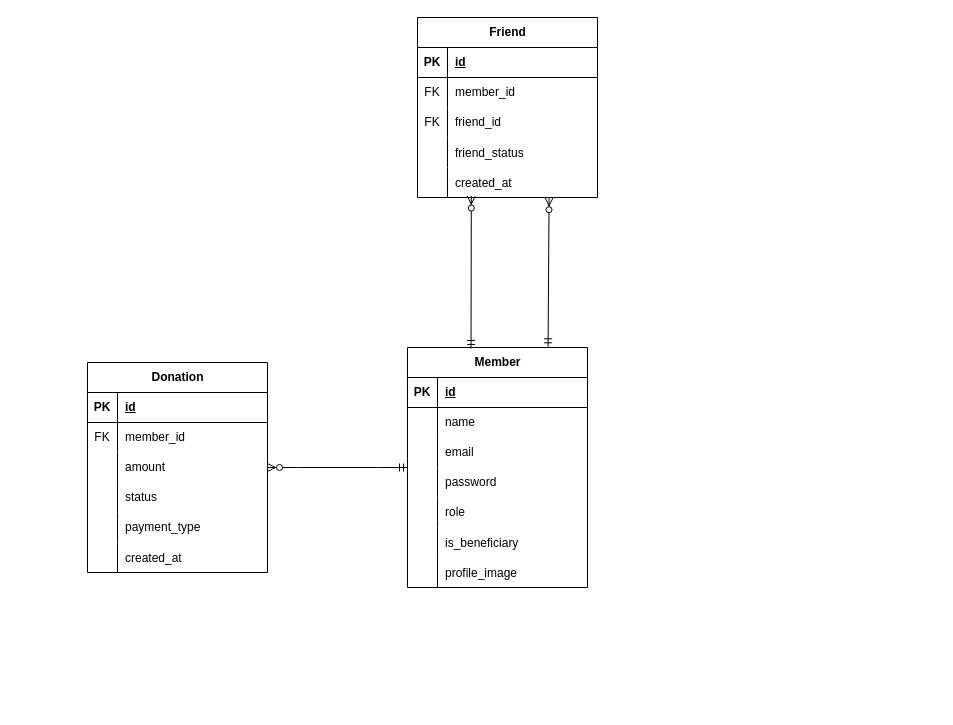
Above: ChaeumERD.drawio in 2025-Advanced-Capstone-Chaeum/ERD (draw.io), before the change. Source tidied: cells renumbered, new cells numbered last; positions are measured from the earlier drawing's top-left corner, leaving out a move shared by most shapes. Both pictures are drawn from the tidied source at 100%, with x=0, y=0 at pixel (87, 17).
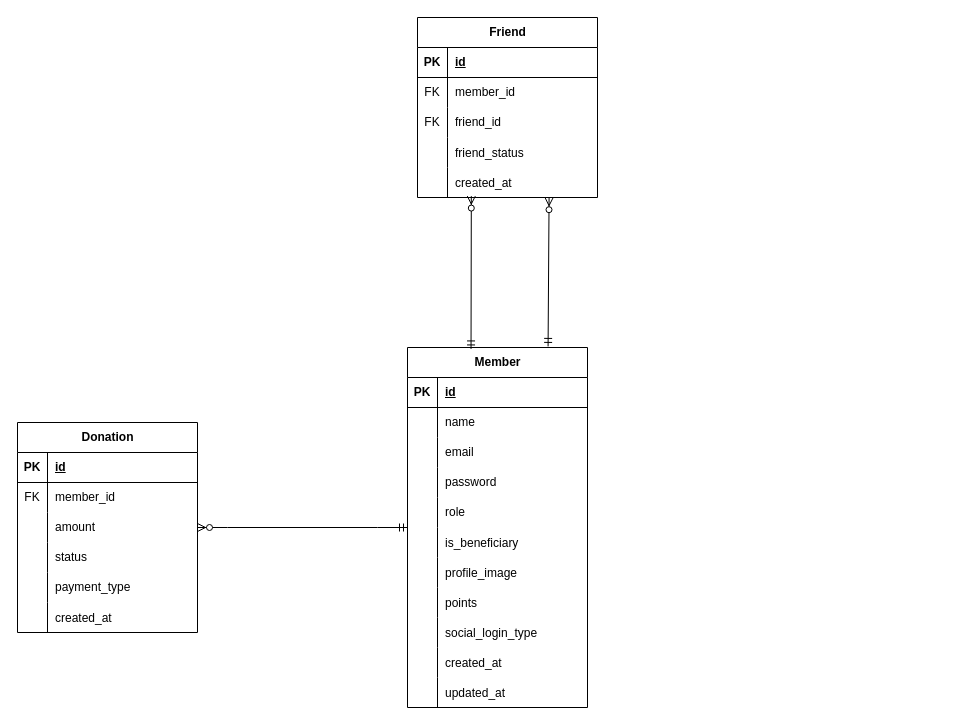
Above is the later version.

Commit message:
docs(ERD): Member 테이블 속성 추가

Change to the diagram source:
```diff
@@
     <mxCell id="2" value="Member" style="shape=table;startSize=30;childLayout=tableLayout;rowLines=0;fontStyle=1;align=center;html=1;" parent="1" vertex="1">
-      <mxGeometry x="320" y="330" width="180" height="240" as="geometry" />
+      <mxGeometry x="320" y="330" width="180" height="360" as="geometry" />
     </mxCell>
@@
+    <mxCell id="63" style="shape=tableRow;horizontal=0;startSize=0;swimlaneHead=0;swimlaneBody=0;fillColor=none;top=0;left=0;right=0;bottom=0;" parent="2" vertex="1">
+      <mxGeometry y="240" width="180" height="30" as="geometry" />
+    </mxCell>
+    <mxCell id="64" style="shape=partialRectangle;fillColor=none;top=0;left=0;bottom=0;right=0;overflow=hidden;" parent="63" vertex="1">
+      <mxGeometry width="30" height="30" as="geometry" />
+    </mxCell>
+    <mxCell id="65" value="points" style="shape=partialRectangle;fillColor=none;top=0;left=0;bottom=0;right=0;align=left;spacingLeft=6;overflow=hidden;" parent="63" vertex="1">
+      <mxGeometry x="30" width="150" height="30" as="geometry" />
+    </mxCell>
+    <mxCell id="66" style="shape=tableRow;horizontal=0;startSize=0;swimlaneHead=0;swimlaneBody=0;fillColor=none;top=0;left=0;right=0;bottom=0;" parent="2" vertex="1">
+      <mxGeometry y="270" width="180" height="30" as="geometry" />
+    </mxCell>
+    <mxCell id="67" style="shape=partialRectangle;fillColor=none;top=0;left=0;bottom=0;right=0;overflow=hidden;" parent="66" vertex="1">
+      <mxGeometry width="30" height="30" as="geometry" />
+    </mxCell>
+    <mxCell id="68" value="social_login_type" style="shape=partialRectangle;fillColor=none;top=0;left=0;bottom=0;right=0;align=left;spacingLeft=6;overflow=hidden;" parent="66" vertex="1">
+      <mxGeometry x="30" width="150" height="30" as="geometry" />
+    </mxCell>
+    <mxCell id="69" style="shape=tableRow;horizontal=0;startSize=0;swimlaneHead=0;swimlaneBody=0;fillColor=none;top=0;left=0;right=0;bottom=0;" parent="2" vertex="1">
+      <mxGeometry y="300" width="180" height="30" as="geometry" />
+    </mxCell>
+    <mxCell id="70" style="shape=partialRectangle;fillColor=none;top=0;left=0;bottom=0;right=0;overflow=hidden;" parent="69" vertex="1">
+      <mxGeometry width="30" height="30" as="geometry" />
+    </mxCell>
+    <mxCell id="71" value="created_at" style="shape=partialRectangle;fillColor=none;top=0;left=0;bottom=0;right=0;align=left;spacingLeft=6;overflow=hidden;" parent="69" vertex="1">
+      <mxGeometry x="30" width="150" height="30" as="geometry" />
+    </mxCell>
+    <mxCell id="72" style="shape=tableRow;horizontal=0;startSize=0;swimlaneHead=0;swimlaneBody=0;fillColor=none;top=0;left=0;right=0;bottom=0;" parent="2" vertex="1">
+      <mxGeometry y="330" width="180" height="30" as="geometry" />
+    </mxCell>
+    <mxCell id="73" style="shape=partialRectangle;fillColor=none;top=0;left=0;bottom=0;right=0;overflow=hidden;" parent="72" vertex="1">
+      <mxGeometry width="30" height="30" as="geometry" />
+    </mxCell>
+    <mxCell id="74" value="updated_at" style="shape=partialRectangle;fillColor=none;top=0;left=0;bottom=0;right=0;align=left;spacingLeft=6;overflow=hidden;" parent="72" vertex="1">
+      <mxGeometry x="30" width="150" height="30" as="geometry" />
+    </mxCell>
@@
     <mxCell id="25" value="Donation" style="shape=table;startSize=30;childLayout=tableLayout;rowLines=0;fontStyle=1;align=center;html=1;" parent="1" vertex="1">
-      <mxGeometry y="345" width="180" height="210" as="geometry" />
+      <mxGeometry x="-70" y="405" width="180" height="210" as="geometry" />
     </mxCell>
```
